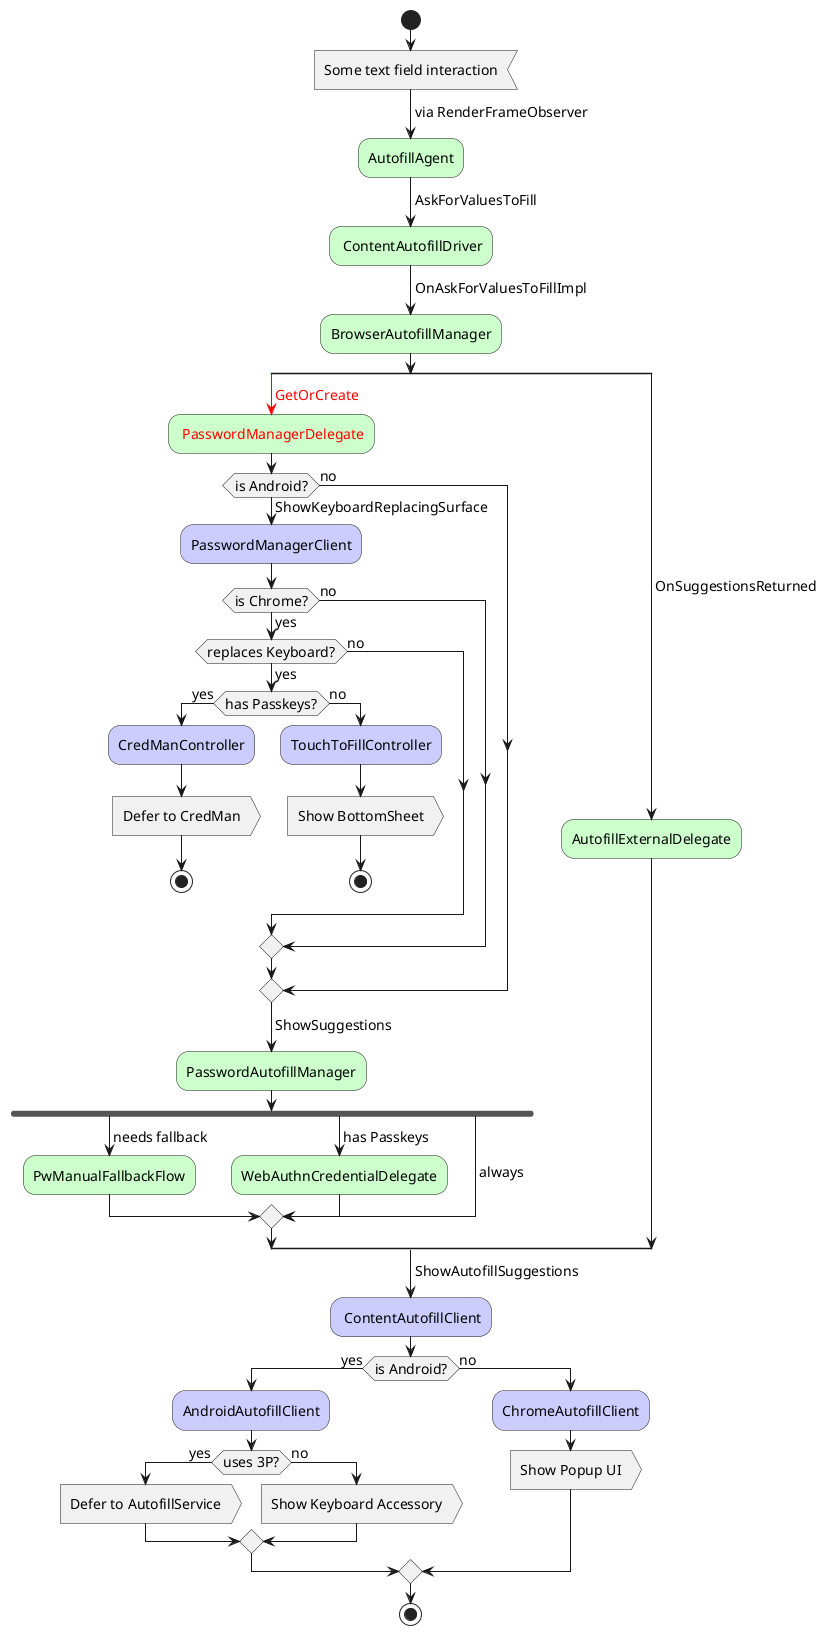
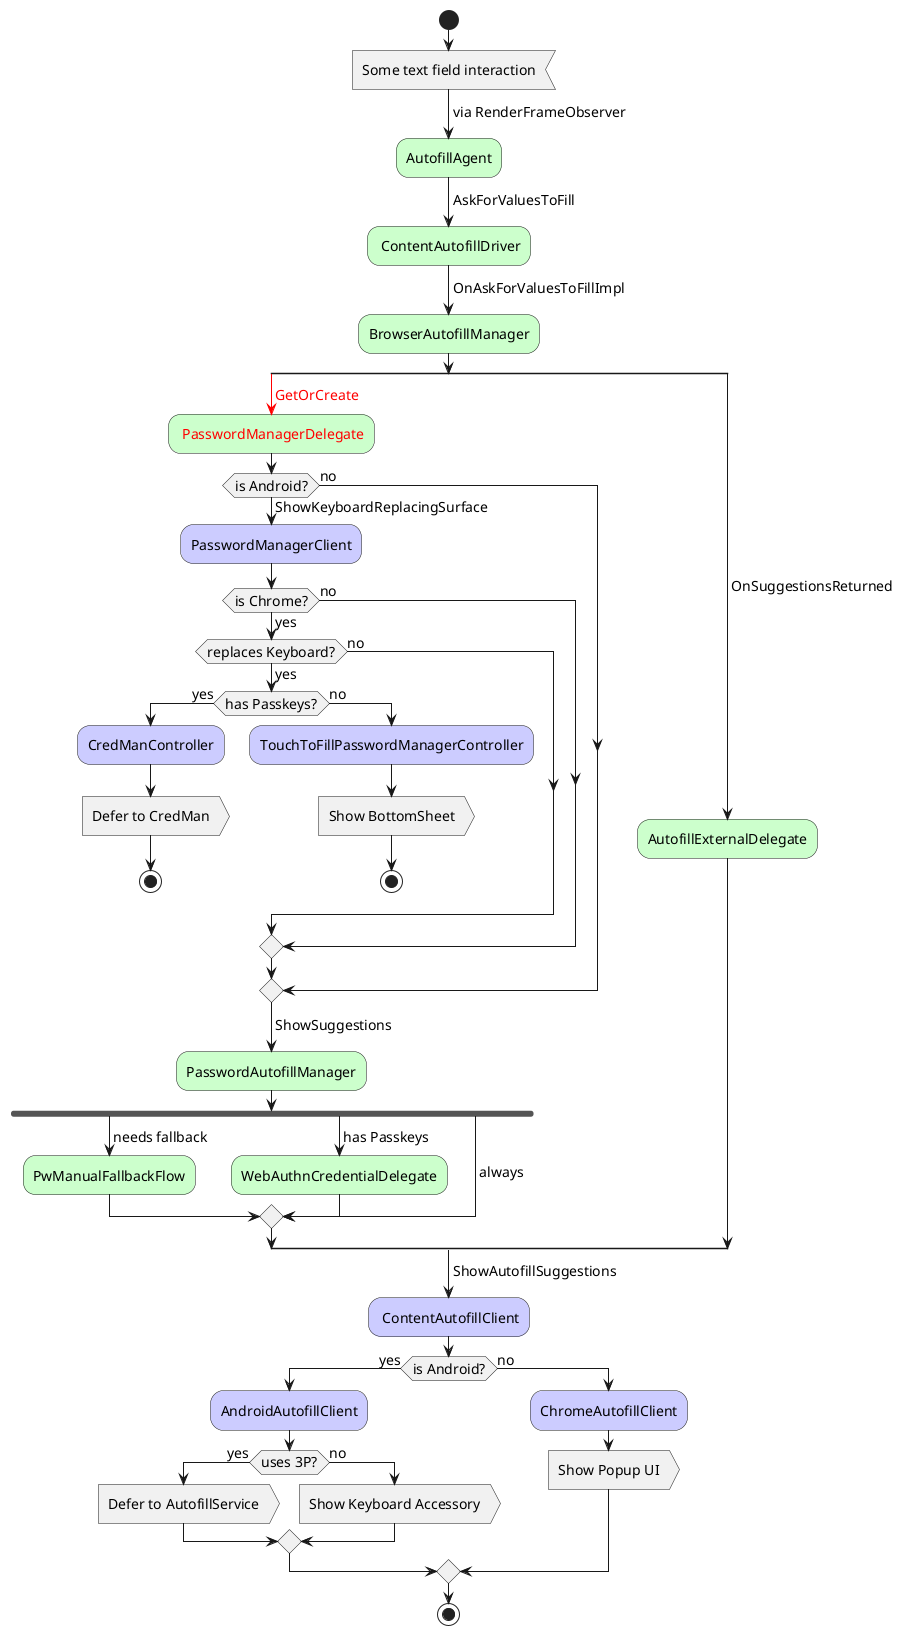
' Copyright 2025 The Chromium Authors
' Use of this source code is governed by a BSD-style license that can be
' found in the LICENSE file.

/'
 ' This sequence diagram is used in the README of this directory.
 ' Generated diagrams are by default located in
 ' `out/components/autofill/core/browser/integrators/README_obj_suggestions/*`.
 '
 ' This diagram describes the control flow from a field interaction until the
 ' eventual display of an Autofill UI.
 '/
@startuml
!pragma useVerticalIf on
start
<style>
document {
   BackgroundColor transparent
}
activityDiagram {
  FontSize 14
  FontName arial
}
skinparam ConditionEndStyle hline
</style>

:Some text field interaction; <<input>>
-> via RenderFrameObserver;
#CFC:AutofillAgent;
-> AskForValuesToFill;
#CFC: ContentAutofillDriver;
-> OnAskForValuesToFillImpl;
#CFC:BrowserAutofillManager;
split
  -[#F00]-> <color:red>GetOrCreate;
  #CFC: <color:red>PasswordManagerDelegate;
  if (is Android?) then (no)
  else (yes)
    -> ShowKeyboardReplacingSurface;
    #CCF:PasswordManagerClient;
    if (is Chrome?) then (yes)
      if (replaces Keyboard?) then (no)
      else (yes)
        if (has Passkeys?) then (yes)
          #CCF:CredManController;
          :Defer to CredMan; <<output>>
          stop
        else (no)
-           #CCF:TouchToFillController;
+           #CCF:TouchToFillPasswordManagerController;
          :Show BottomSheet; <<output>>
          stop
        endif
      endif
    else (no)
    endif
  endif
  -> ShowSuggestions;
  #CFC:PasswordAutofillManager;
  fork
    -> needs fallback;
    #CFC:PwManualFallbackFlow;
  fork again
    -> has Passkeys;
    #CFC:WebAuthnCredentialDelegate;
  fork again
    -> always;
  end merge
split again
-> OnSuggestionsReturned;
#CFC:AutofillExternalDelegate;
end split
-> ShowAutofillSuggestions;
#CCF: ContentAutofillClient;

if (is Android?) then (yes)
  #CCF:AndroidAutofillClient;
  if (uses 3P?) then (yes)
    :Defer to AutofillService; <<output>>
  else (no)
    :Show Keyboard Accessory; <<output>>
  endif
else (no)
  #CCF:ChromeAutofillClient;
  :Show Popup UI; <<output>>
endif

stop
@enduml
